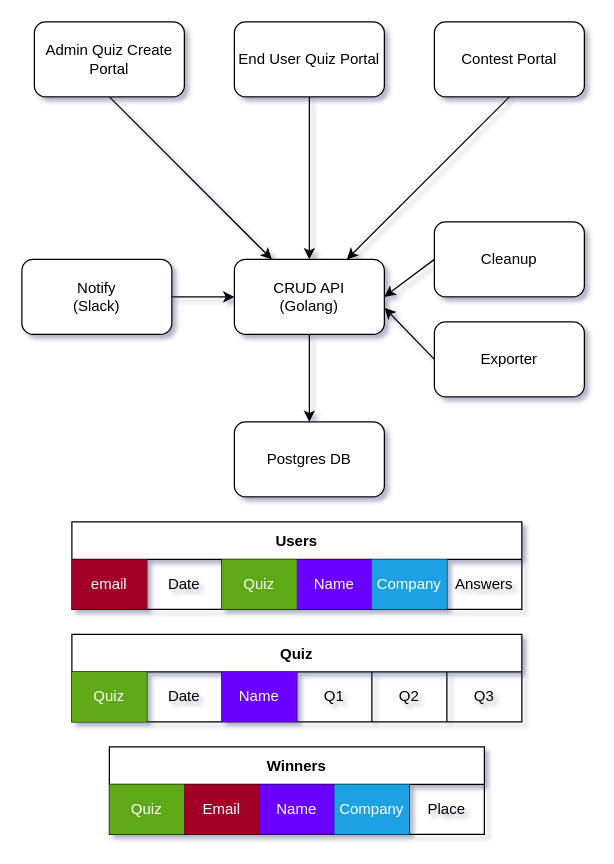
Before: design.drawio in TanzuDK/TanzuQuiz, a draw.io diagram. Source tidied: cells renumbered, new cells numbered last; positions are measured from the earlier drawing's top-left corner, leaving out a move shared by most shapes. Both pictures are drawn from the tidied source at 125%, with x=0, y=0 at pixel (21, 21).
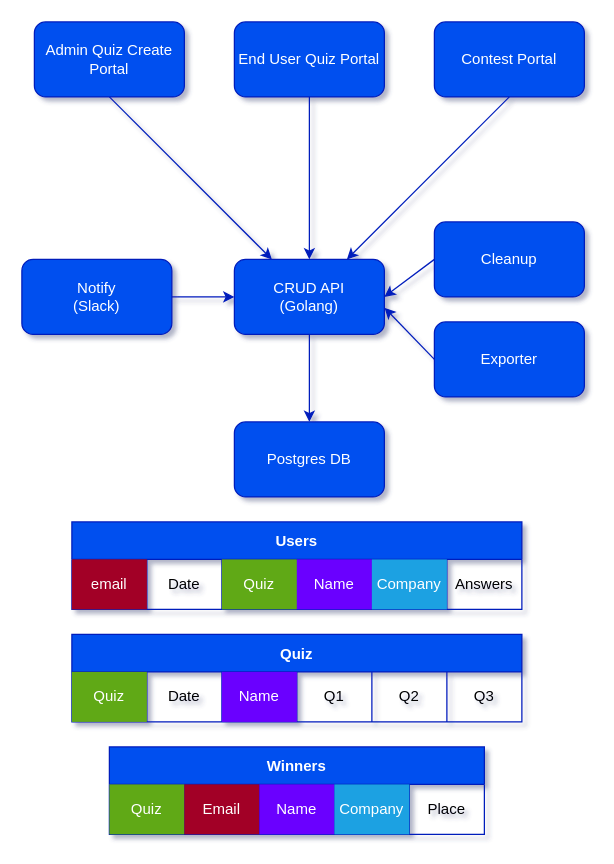
Above is the later version.

Commit message:
changed to blue color

What changed in the source:
```diff
@@
-    <mxCell id="2" style="edgeStyle=none;html=1;exitX=0.5;exitY=1;exitDx=0;exitDy=0;entryX=0.5;entryY=0;entryDx=0;entryDy=0;" parent="1" edge="1" source="3" target="6">
+    <mxCell id="2" style="edgeStyle=none;html=1;exitX=0.5;exitY=1;exitDx=0;exitDy=0;entryX=0.5;entryY=0;entryDx=0;entryDy=0;fillColor=#0050ef;strokeColor=#001DBC;" parent="1" edge="1" source="3" target="6">
       <mxGeometry relative="1" as="geometry" />
     </mxCell>
-    <mxCell id="3" value="End User Quiz Portal" style="rounded=1;whiteSpace=wrap;html=1;" parent="1" vertex="1">
+    <mxCell id="3" value="End User Quiz Portal" style="rounded=1;whiteSpace=wrap;html=1;fillColor=#0050ef;fontColor=#ffffff;strokeColor=#001DBC;" parent="1" vertex="1">
       <mxGeometry x="170" width="120" height="60" as="geometry" />
     </mxCell>
-    <mxCell id="4" value="Postgres DB" style="rounded=1;whiteSpace=wrap;html=1;" parent="1" vertex="1">
+    <mxCell id="4" value="Postgres DB" style="rounded=1;whiteSpace=wrap;html=1;fillColor=#0050ef;fontColor=#ffffff;strokeColor=#001DBC;" parent="1" vertex="1">
       <mxGeometry x="170" y="320" width="120" height="60" as="geometry" />
     </mxCell>
-    <mxCell id="5" style="edgeStyle=none;html=1;exitX=0.5;exitY=1;exitDx=0;exitDy=0;entryX=0.5;entryY=0;entryDx=0;entryDy=0;" parent="1" edge="1" source="6" target="4">
+    <mxCell id="5" style="edgeStyle=none;html=1;exitX=0.5;exitY=1;exitDx=0;exitDy=0;entryX=0.5;entryY=0;entryDx=0;entryDy=0;fillColor=#0050ef;strokeColor=#001DBC;" parent="1" edge="1" source="6" target="4">
       <mxGeometry relative="1" as="geometry" />
     </mxCell>
-    <mxCell id="6" value="CRUD API&lt;br&gt;(Golang)" style="rounded=1;whiteSpace=wrap;html=1;" parent="1" vertex="1">
+    <mxCell id="6" value="CRUD API&lt;br&gt;(Golang)" style="rounded=1;whiteSpace=wrap;html=1;fillColor=#0050ef;fontColor=#ffffff;strokeColor=#001DBC;" parent="1" vertex="1">
       <mxGeometry x="170" y="190" width="120" height="60" as="geometry" />
     </mxCell>
-    <mxCell id="7" style="edgeStyle=none;html=1;exitX=0.5;exitY=1;exitDx=0;exitDy=0;" parent="1" edge="1" source="8" target="6">
+    <mxCell id="7" style="edgeStyle=none;html=1;exitX=0.5;exitY=1;exitDx=0;exitDy=0;fillColor=#0050ef;strokeColor=#001DBC;" parent="1" edge="1" source="8" target="6">
       <mxGeometry relative="1" as="geometry" />
     </mxCell>
-    <mxCell id="8" value="Admin Quiz Create Portal" style="rounded=1;whiteSpace=wrap;html=1;" parent="1" vertex="1">
+    <mxCell id="8" value="Admin Quiz Create Portal" style="rounded=1;whiteSpace=wrap;html=1;fillColor=#0050ef;fontColor=#ffffff;strokeColor=#001DBC;" parent="1" vertex="1">
       <mxGeometry x="10" width="120" height="60" as="geometry" />
     </mxCell>
-    <mxCell id="9" style="edgeStyle=none;html=1;exitX=0.5;exitY=1;exitDx=0;exitDy=0;entryX=0.75;entryY=0;entryDx=0;entryDy=0;" parent="1" edge="1" source="10" target="6">
+    <mxCell id="9" style="edgeStyle=none;html=1;exitX=0.5;exitY=1;exitDx=0;exitDy=0;entryX=0.75;entryY=0;entryDx=0;entryDy=0;fillColor=#0050ef;strokeColor=#001DBC;" parent="1" edge="1" source="10" target="6">
       <mxGeometry relative="1" as="geometry" />
     </mxCell>
-    <mxCell id="10" value="Contest Portal" style="rounded=1;whiteSpace=wrap;html=1;" parent="1" vertex="1">
+    <mxCell id="10" value="Contest Portal" style="rounded=1;whiteSpace=wrap;html=1;fillColor=#0050ef;fontColor=#ffffff;strokeColor=#001DBC;" parent="1" vertex="1">
       <mxGeometry x="330" width="120" height="60" as="geometry" />
     </mxCell>
-    <mxCell id="11" value="Users" style="shape=table;startSize=30;childLayout=tableLayout;fontStyle=1;align=center;" parent="1" vertex="1">
+    <mxCell id="11" value="Users" style="shape=table;startSize=30;childLayout=tableLayout;fontStyle=1;align=center;fillColor=#0050ef;fontColor=#ffffff;strokeColor=#001DBC;" parent="1" vertex="1">
       <mxGeometry x="40" y="400" width="360" height="70" as="geometry" />
     </mxCell>
@@
-    <mxCell id="19" value="Quiz" style="shape=table;startSize=30;childLayout=tableLayout;fontStyle=1;align=center;" parent="1" vertex="1">
+    <mxCell id="19" value="Quiz" style="shape=table;startSize=30;childLayout=tableLayout;fontStyle=1;align=center;fillColor=#0050ef;fontColor=#ffffff;strokeColor=#001DBC;" parent="1" vertex="1">
       <mxGeometry x="40" y="490" width="360" height="70" as="geometry" />
     </mxCell>
@@
-    <mxCell id="27" value="Winners" style="shape=table;startSize=30;childLayout=tableLayout;fontStyle=1;align=center;" parent="1" vertex="1">
+    <mxCell id="27" value="Winners" style="shape=table;startSize=30;childLayout=tableLayout;fontStyle=1;align=center;fillColor=#0050ef;fontColor=#ffffff;strokeColor=#001DBC;" parent="1" vertex="1">
       <mxGeometry x="70" y="580" width="300" height="70" as="geometry" />
     </mxCell>
@@
-    <mxCell id="34" style="edgeStyle=none;html=1;exitX=0;exitY=0.5;exitDx=0;exitDy=0;entryX=1;entryY=0.5;entryDx=0;entryDy=0;" parent="1" edge="1" source="35" target="6">
+    <mxCell id="34" style="edgeStyle=none;html=1;exitX=0;exitY=0.5;exitDx=0;exitDy=0;entryX=1;entryY=0.5;entryDx=0;entryDy=0;fillColor=#0050ef;strokeColor=#001DBC;" parent="1" edge="1" source="35" target="6">
       <mxGeometry relative="1" as="geometry" />
     </mxCell>
-    <mxCell id="35" value="Cleanup" style="rounded=1;whiteSpace=wrap;html=1;" parent="1" vertex="1">
+    <mxCell id="35" value="Cleanup" style="rounded=1;whiteSpace=wrap;html=1;fillColor=#0050ef;fontColor=#ffffff;strokeColor=#001DBC;" parent="1" vertex="1">
       <mxGeometry x="330" y="160" width="120" height="60" as="geometry" />
     </mxCell>
-    <mxCell id="36" style="edgeStyle=none;html=1;exitX=0;exitY=0.5;exitDx=0;exitDy=0;entryX=1.001;entryY=0.646;entryDx=0;entryDy=0;entryPerimeter=0;" parent="1" edge="1" source="37" target="6">
+    <mxCell id="36" style="edgeStyle=none;html=1;exitX=0;exitY=0.5;exitDx=0;exitDy=0;entryX=1.001;entryY=0.646;entryDx=0;entryDy=0;entryPerimeter=0;fillColor=#0050ef;strokeColor=#001DBC;" parent="1" edge="1" source="37" target="6">
       <mxGeometry relative="1" as="geometry" />
     </mxCell>
-    <mxCell id="37" value="Exporter" style="rounded=1;whiteSpace=wrap;html=1;" parent="1" vertex="1">
+    <mxCell id="37" value="Exporter" style="rounded=1;whiteSpace=wrap;html=1;fillColor=#0050ef;fontColor=#ffffff;strokeColor=#001DBC;" parent="1" vertex="1">
       <mxGeometry x="330" y="240" width="120" height="60" as="geometry" />
     </mxCell>
-    <mxCell id="38" style="edgeStyle=none;html=1;exitX=1;exitY=0.5;exitDx=0;exitDy=0;entryX=0;entryY=0.5;entryDx=0;entryDy=0;" parent="1" edge="1" source="39" target="6">
+    <mxCell id="38" style="edgeStyle=none;html=1;exitX=1;exitY=0.5;exitDx=0;exitDy=0;entryX=0;entryY=0.5;entryDx=0;entryDy=0;fillColor=#0050ef;strokeColor=#001DBC;" parent="1" edge="1" source="39" target="6">
       <mxGeometry relative="1" as="geometry" />
     </mxCell>
-    <mxCell id="39" value="Notify&lt;br&gt;(Slack)" style="rounded=1;whiteSpace=wrap;html=1;" parent="1" vertex="1">
+    <mxCell id="39" value="Notify&lt;br&gt;(Slack)" style="rounded=1;whiteSpace=wrap;html=1;fillColor=#0050ef;fontColor=#ffffff;strokeColor=#001DBC;" parent="1" vertex="1">
       <mxGeometry y="190" width="120" height="60" as="geometry" />
     </mxCell>
```
